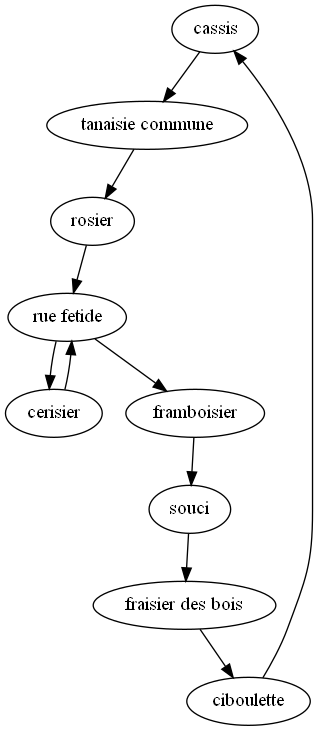
Earlier version of the Graphviz export garden_v1.png (howdrox/Our-Garden). Its source is kept beside it as garden_v1.dot. Source of this version:
```dot
digraph {
 "cassis" -> "tanaisie commune"
 "tanaisie commune" -> "rosier"
 "rosier" -> "rue fetide"
 "rue fetide" -> "cerisier"
 "cerisier" -> "rue fetide"
 "rue fetide" -> "framboisier"
 "framboisier" -> "souci"
 "souci" -> "fraisier des bois"
 "fraisier des bois" -> "ciboulette"
 "ciboulette" -> "cassis"
}
```
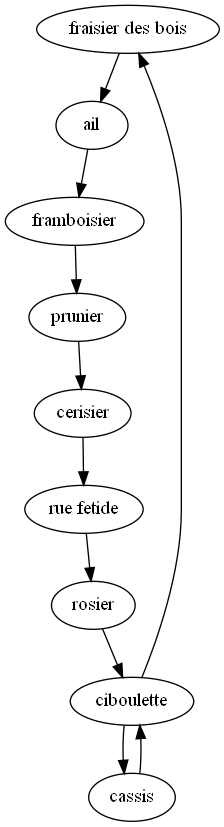
After the change.

Change to the diagram source:
```diff
@@ -1,12 +1,12 @@
 digraph {
- "cassis" -> "tanaisie commune"
- "tanaisie commune" -> "rosier"
- "rosier" -> "rue fetide"
- "rue fetide" -> "cerisier"
+ "fraisier des bois" -> "ail"
+ "ail" -> "framboisier"
+ "framboisier" -> "prunier"
+ "prunier" -> "cerisier"
  "cerisier" -> "rue fetide"
- "rue fetide" -> "framboisier"
- "framboisier" -> "souci"
- "souci" -> "fraisier des bois"
- "fraisier des bois" -> "ciboulette"
+ "rue fetide" -> "rosier"
+ "rosier" -> "ciboulette"
  "ciboulette" -> "cassis"
+ "cassis" -> "ciboulette"
+ "ciboulette" -> "fraisier des bois"
 }
```
